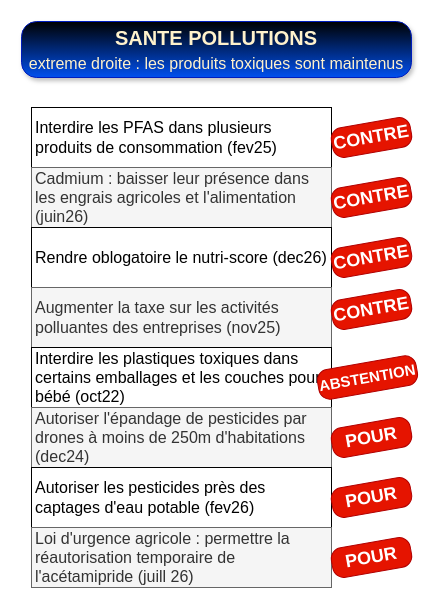
Earlier version of the draw.io diagram drawio/Sante2.drawio (bernard44600/cedbn). Source tidied: cells renumbered, new cells numbered last; positions are measured from the earlier drawing's top-left corner, leaving out a move shared by most shapes. Both pictures are drawn from the tidied source at 100%, with x=0, y=0 at pixel (21, 21).
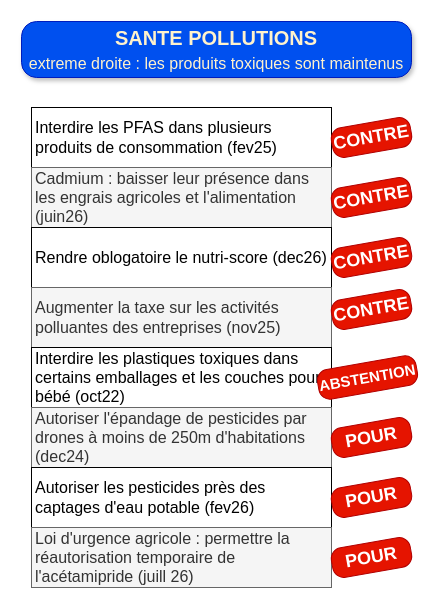
Above is the later version.

Change to the diagram source:
```diff
@@
 <mxGraphModel>
   <root>
     <mxCell id="0" />
     <mxCell id="1" parent="0" />
-    <mxCell id="2" value="SANTE POLLUTIONS&lt;br&gt;&lt;font style=&quot;font-size: 16px; font-weight: normal;&quot;&gt;extreme droite : les produits toxiques sont maintenus&lt;/font&gt;" style="rounded=1;whiteSpace=wrap;html=1;fontSize=20;fillColor=#0050ef;strokeColor=#001DBC;fontColor=#FFF2CC;gradientColor=default;gradientDirection=north;roundedPerimeter=1;shadow=1;glass=0;multiple=0;fontFamily=Helvetica;labelBackgroundColor=none;arcSize=27;fontStyle=1;" parent="1" vertex="1">
+    <mxCell id="2" value="SANTE POLLUTIONS&lt;br&gt;&lt;font style=&quot;font-size: 16px; font-weight: normal;&quot;&gt;extreme droite : les produits toxiques sont maintenus&lt;/font&gt;" style="rounded=1;whiteSpace=wrap;html=1;fontSize=20;fillColor=#0050ef;strokeColor=#001DBC;fontColor=#FFF2CC;gradientColor=none;gradientDirection=north;roundedPerimeter=1;shadow=1;glass=0;multiple=0;fontFamily=Helvetica;labelBackgroundColor=none;arcSize=27;fontStyle=1;" parent="1" vertex="1">
       <mxGeometry width="390" height="56" as="geometry" />
     </mxCell>
     <mxCell id="3" value="Interdire les PFAS dans plusieurs produits de consommation (fev25)" style="rounded=0;whiteSpace=wrap;html=1;fontFamily=Helvetica;fontSize=16;align=left;spacingLeft=2;" parent="1" vertex="1">
       <mxGeometry x="10" y="86" width="300" height="60" as="geometry" />
     </mxCell>
     <mxCell id="4" value="Cadmium : baisser leur présence dans les engrais agricoles et l'alimentation (juin26)" style="rounded=0;whiteSpace=wrap;html=1;fontFamily=Helvetica;fontSize=16;align=left;fillColor=#f5f5f5;fontColor=#333333;strokeColor=#666666;spacingLeft=2;" parent="1" vertex="1">
       <mxGeometry x="10" y="146" width="300" height="60" as="geometry" />
     </mxCell>
     <mxCell id="5" value="Rendre oblogatoire le nutri-score (dec26)" style="rounded=0;whiteSpace=wrap;html=1;fontFamily=Helvetica;fontSize=16;align=left;spacingLeft=2;" parent="1" vertex="1">
       <mxGeometry x="10" y="206" width="300" height="60" as="geometry" />
     </mxCell>
     <mxCell id="6" value="Augmenter la taxe sur les activités polluantes des entreprises (nov25)" style="rounded=0;whiteSpace=wrap;html=1;fontFamily=Helvetica;fontSize=16;align=left;fillColor=#f5f5f5;fontColor=#333333;strokeColor=#666666;spacingLeft=2;" parent="1" vertex="1">
       <mxGeometry x="10" y="266" width="300" height="60" as="geometry" />
     </mxCell>
     <mxCell id="7" value="Interdire les plastiques toxiques dans certains emballages et les couches pour bébé (oct22)" style="rounded=0;whiteSpace=wrap;html=1;fontFamily=Helvetica;fontSize=16;align=left;spacingLeft=2;" parent="1" vertex="1">
       <mxGeometry x="10" y="326" width="300" height="60" as="geometry" />
     </mxCell>
     <mxCell id="8" value="Autoriser l'épandage de pesticides par drones à moins de 250m d'habitations (dec24)" style="rounded=0;whiteSpace=wrap;html=1;fontFamily=Helvetica;fontSize=16;align=left;fillColor=#f5f5f5;fontColor=#333333;strokeColor=#666666;spacingLeft=2;" parent="1" vertex="1">
       <mxGeometry x="10" y="386" width="300" height="60" as="geometry" />
     </mxCell>
     <mxCell id="9" value="Autoriser les pesticides près des captages d'eau potable (fev26)" style="rounded=0;whiteSpace=wrap;html=1;fontFamily=Helvetica;fontSize=16;align=left;spacingLeft=2;" parent="1" vertex="1">
       <mxGeometry x="10" y="446" width="300" height="60" as="geometry" />
     </mxCell>
     <mxCell id="10" value="Loi d'urgence agricole : permettre la réautorisation temporaire de l'acétamipride (juill 26)" style="rounded=0;whiteSpace=wrap;html=1;fontFamily=Helvetica;fontSize=16;align=left;fillColor=#f5f5f5;fontColor=#333333;strokeColor=#666666;spacingLeft=2;" parent="1" vertex="1">
       <mxGeometry x="10" y="506" width="300" height="60" as="geometry" />
     </mxCell>
     <mxCell id="11" value="CONTRE" style="text;html=1;whiteSpace=wrap;strokeColor=#B20000;fillColor=#e51400;align=center;verticalAlign=middle;rounded=1;fontSize=18;fontColor=#ffffff;fontStyle=1;roundedPerimeter=1;arcSize=37;rotation=-10;" parent="1" vertex="1">
       <mxGeometry x="310" y="101" width="80" height="30" as="geometry" />
     </mxCell>
     <mxCell id="12" value="CONTRE" style="text;html=1;whiteSpace=wrap;strokeColor=#B20000;fillColor=#e51400;align=center;verticalAlign=middle;rounded=1;fontSize=18;fontColor=#ffffff;fontStyle=1;roundedPerimeter=1;arcSize=37;rotation=-10;" parent="1" vertex="1">
       <mxGeometry x="310" y="161" width="80" height="30" as="geometry" />
     </mxCell>
     <mxCell id="13" value="CONTRE" style="text;html=1;whiteSpace=wrap;strokeColor=#B20000;fillColor=#e51400;align=center;verticalAlign=middle;rounded=1;fontSize=18;fontColor=#ffffff;fontStyle=1;roundedPerimeter=1;arcSize=37;rotation=-10;" parent="1" vertex="1">
       <mxGeometry x="310" y="221" width="80" height="30" as="geometry" />
     </mxCell>
     <mxCell id="14" value="CONTRE" style="text;html=1;whiteSpace=wrap;strokeColor=#B20000;fillColor=#e51400;align=center;verticalAlign=middle;rounded=1;fontSize=18;fontColor=#ffffff;fontStyle=1;roundedPerimeter=1;arcSize=37;rotation=-10;" parent="1" vertex="1">
       <mxGeometry x="310" y="273" width="80" height="30" as="geometry" />
     </mxCell>
     <mxCell id="15" value="ABSTENTION" style="text;html=1;whiteSpace=wrap;strokeColor=#B20000;fillColor=#e51400;align=center;verticalAlign=middle;rounded=1;fontSize=15;fontColor=#ffffff;fontStyle=1;roundedPerimeter=1;arcSize=37;rotation=-10;" parent="1" vertex="1">
       <mxGeometry x="296" y="341" width="100" height="30" as="geometry" />
     </mxCell>
     <mxCell id="16" value="POUR" style="text;html=1;whiteSpace=wrap;strokeColor=#B20000;fillColor=#e51400;align=center;verticalAlign=middle;rounded=1;fontSize=18;fontColor=#ffffff;fontStyle=1;roundedPerimeter=1;arcSize=37;rotation=-10;" parent="1" vertex="1">
       <mxGeometry x="310" y="521" width="80" height="30" as="geometry" />
     </mxCell>
     <mxCell id="17" value="POUR" style="text;html=1;whiteSpace=wrap;strokeColor=#B20000;fillColor=#e51400;align=center;verticalAlign=middle;rounded=1;fontSize=18;fontColor=#ffffff;fontStyle=1;roundedPerimeter=1;arcSize=37;rotation=-10;" parent="1" vertex="1">
       <mxGeometry x="310" y="461" width="80" height="30" as="geometry" />
     </mxCell>
     <mxCell id="18" value="POUR" style="text;html=1;whiteSpace=wrap;strokeColor=#B20000;fillColor=#e51400;align=center;verticalAlign=middle;rounded=1;fontSize=18;fontColor=#ffffff;fontStyle=1;roundedPerimeter=1;arcSize=37;rotation=-10;" parent="1" vertex="1">
       <mxGeometry x="310" y="401" width="80" height="30" as="geometry" />
     </mxCell>
   </root>
 </mxGraphModel>
```
